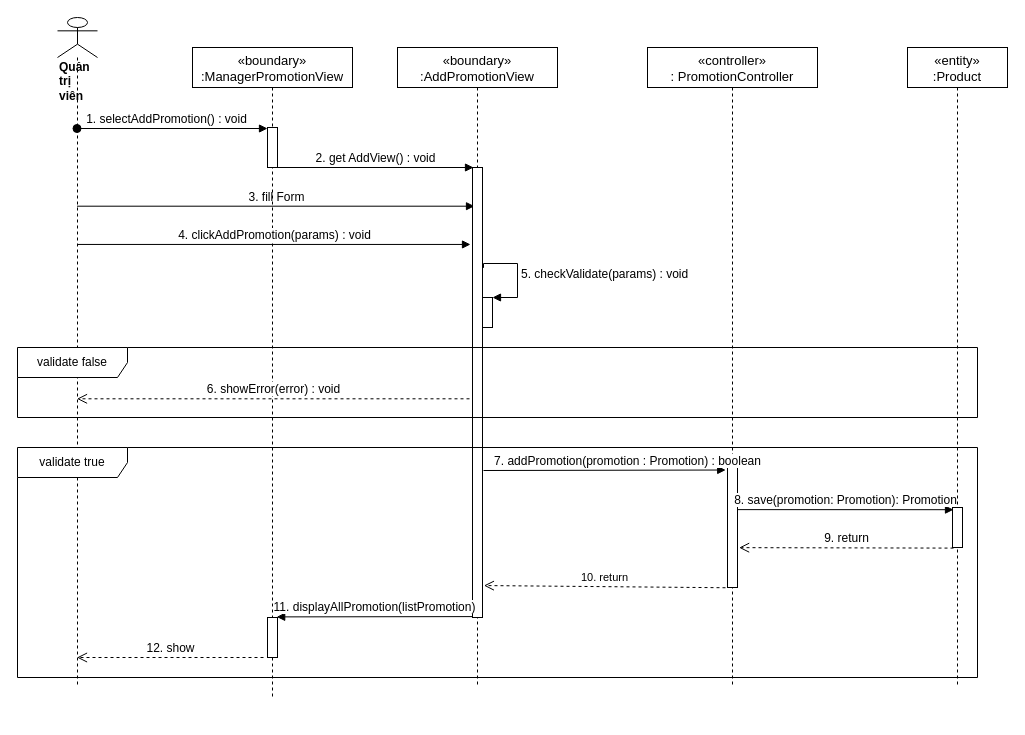
Above: sequence diagram/add-newPromotion-sequence.drawio in nguyenphamvan/datn_20202 (draw.io), before the change. Source tidied: cells renumbered, new cells numbered last; positions are measured from the earlier drawing's top-left corner, leaving out a move shared by most shapes. Both pictures are drawn from the tidied source at 100%, with x=0, y=0 at pixel (17, 17).
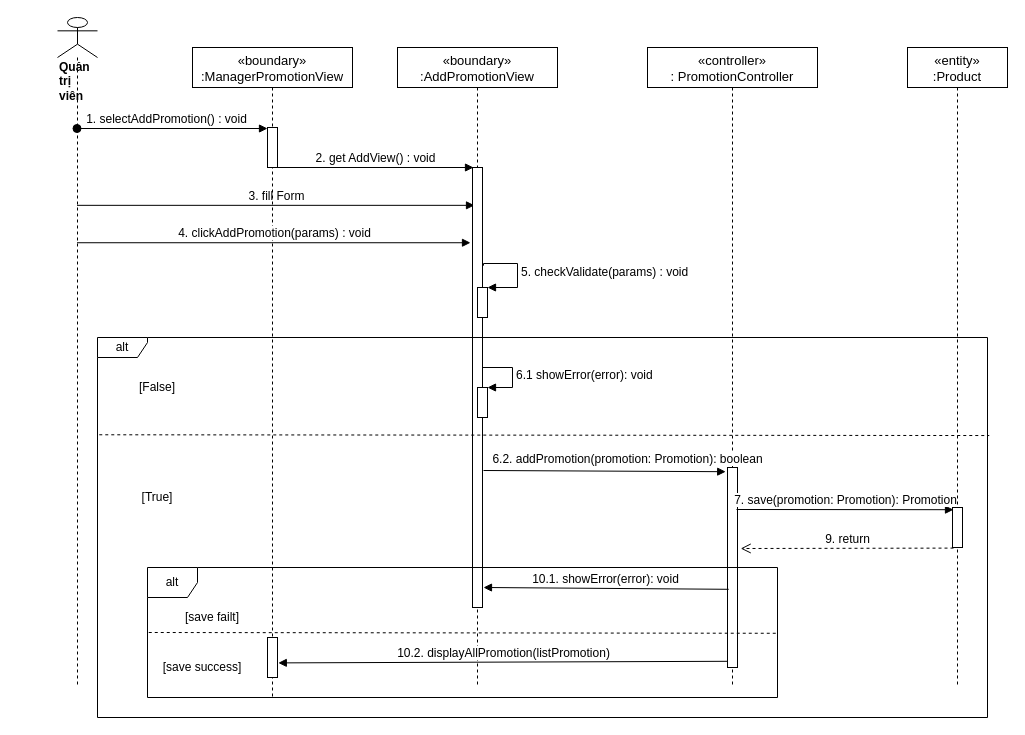
The same page after the edit.

The change refers to these unchanged cells:
```xml
<mxCell id="3" value="«controller»&#10;: PromotionController" style="shape=umlLifeline;perimeter=lifelinePerimeter;rounded=0;shadow=0;strokeWidth=1;fontSize=13;" parent="1" vertex="1">
  <mxGeometry x="630" y="30" width="170" height="640" as="geometry" />
</mxCell>
<mxCell id="5" value="&lt;div&gt;&lt;b&gt;Quản trị viên&lt;/b&gt;&lt;/div&gt;" style="shape=umlLifeline;participant=umlActor;perimeter=lifelinePerimeter;whiteSpace=wrap;html=1;verticalAlign=top;spacingTop=36;outlineConnect=0;align=left;size=40;" parent="1" vertex="1">
  <mxGeometry x="40" width="40" height="670" as="geometry" />
</mxCell>
<mxCell id="8" style="points=[];perimeter=orthogonalPerimeter;rounded=0;shadow=0;strokeWidth=1;" parent="7" vertex="1">
  <mxGeometry x="45" y="460" width="10" height="40" as="geometry" />
</mxCell>
```

What changed in the source:
```diff
@@
     <mxCell id="4" style="points=[];perimeter=orthogonalPerimeter;rounded=0;shadow=0;strokeWidth=1;" parent="3" vertex="1">
-      <mxGeometry x="80" y="420" width="10" height="120" as="geometry" />
+      <mxGeometry x="80" y="420" width="10" height="200" as="geometry" />
     </mxCell>
@@
-    <mxCell id="9" value="&lt;font style=&quot;font-size: 12px&quot;&gt;8. save(promotion: Promotion): Promotion&lt;/font&gt;" style="html=1;verticalAlign=bottom;endArrow=block;entryX=0.1;entryY=0.055;entryDx=0;entryDy=0;entryPerimeter=0;exitX=1;exitY=0.351;exitDx=0;exitDy=0;exitPerimeter=0;" parent="1" edge="1" source="4" target="8">
-      <mxGeometry relative="1" as="geometry" />
+    <mxCell id="9" value="&lt;font style=&quot;font-size: 12px&quot;&gt;7. save(promotion: Promotion): Promotion&lt;/font&gt;" style="html=1;verticalAlign=bottom;endArrow=block;entryX=0.1;entryY=0.055;entryDx=0;entryDy=0;entryPerimeter=0;" parent="1" edge="1" target="8">
+      <mxGeometry relative="1" as="geometry">
+        <mxPoint x="719" y="492" as="sourcePoint" />
+      </mxGeometry>
     </mxCell>
-    <mxCell id="10" value="&lt;font style=&quot;font-size: 12px&quot;&gt;9. return&lt;/font&gt;" style="html=1;verticalAlign=bottom;endArrow=open;dashed=1;endSize=8;exitX=0.1;exitY=1.015;exitDx=0;exitDy=0;exitPerimeter=0;entryX=1.16;entryY=0.668;entryDx=0;entryDy=0;entryPerimeter=0;" parent="1" edge="1" source="8" target="4">
+    <mxCell id="10" value="&lt;font style=&quot;font-size: 12px&quot;&gt;9. return&lt;/font&gt;" style="html=1;verticalAlign=bottom;endArrow=open;dashed=1;endSize=8;exitX=0.1;exitY=1.015;exitDx=0;exitDy=0;exitPerimeter=0;entryX=1.32;entryY=0.405;entryDx=0;entryDy=0;entryPerimeter=0;" parent="1" edge="1" source="8" target="4">
       <mxGeometry relative="1" as="geometry" />
     </mxCell>
@@
-    <mxCell id="12" value="&lt;font style=&quot;font-size: 12px&quot;&gt;7. addPromotion(promotion : Promotion) : boolean&lt;/font&gt;" style="html=1;verticalAlign=bottom;endArrow=block;entryX=-0.18;entryY=0.021;entryDx=0;entryDy=0;entryPerimeter=0;" parent="1" edge="1" target="4">
-      <mxGeometry x="0.19" relative="1" as="geometry">
+    <mxCell id="12" value="&lt;font style=&quot;font-size: 12px&quot;&gt;6.2. addPromotion(promotion: Promotion): boolean&lt;/font&gt;" style="html=1;verticalAlign=bottom;endArrow=block;entryX=-0.18;entryY=0.021;entryDx=0;entryDy=0;entryPerimeter=0;" parent="1" edge="1" target="4">
+      <mxGeometry x="0.19" y="3" relative="1" as="geometry">
         <mxPoint x="466" y="453" as="sourcePoint" />
       </mxGeometry>
     </mxCell>
@@
     <mxCell id="15" style="html=1;points=[];perimeter=orthogonalPerimeter;" parent="1" vertex="1">
-      <mxGeometry x="455" y="150" width="10" height="450" as="geometry" />
+      <mxGeometry x="455" y="150" width="10" height="440" as="geometry" />
     </mxCell>
@@
     <mxCell id="17" style="html=1;points=[];perimeter=orthogonalPerimeter;" parent="1" vertex="1">
-      <mxGeometry x="465" y="280" width="10" height="30" as="geometry" />
+      <mxGeometry x="460" y="270" width="10" height="30" as="geometry" />
     </mxCell>
     <mxCell id="18" value="&lt;font style=&quot;font-size: 12px&quot;&gt;5. checkValidate(params) : void&amp;nbsp;&lt;/font&gt;" style="edgeStyle=orthogonalEdgeStyle;html=1;align=left;spacingLeft=2;endArrow=block;rounded=0;entryX=1;entryY=0;exitX=1.1;exitY=0.223;exitDx=0;exitDy=0;exitPerimeter=0;" parent="1" edge="1" source="15" target="17">
       <mxGeometry relative="1" as="geometry">
         <Array as="points">
+          <mxPoint x="466" y="246" />
           <mxPoint x="500" y="246" />
-          <mxPoint x="500" y="280" />
+          <mxPoint x="500" y="270" />
         </Array>
       </mxGeometry>
     </mxCell>
@@
-    <mxCell id="20" value="&lt;font style=&quot;font-size: 12px&quot;&gt;6. showError(error) : void&lt;/font&gt;" style="html=1;verticalAlign=bottom;endArrow=open;dashed=1;endSize=8;exitX=-0.3;exitY=0.514;exitDx=0;exitDy=0;exitPerimeter=0;" parent="1" edge="1" source="15" target="5">
-      <mxGeometry relative="1" as="geometry" />
-    </mxCell>
-    <mxCell id="21" value="validate false" style="shape=umlFrame;whiteSpace=wrap;html=1;width=110;height=30;" parent="1" vertex="1">
-      <mxGeometry y="330" width="960" height="70" as="geometry" />
+    <mxCell id="21" value="alt" style="shape=umlFrame;whiteSpace=wrap;html=1;width=50;height=20;" parent="1" vertex="1">
+      <mxGeometry x="80" y="320" width="890" height="380" as="geometry" />
     </mxCell>
-    <mxCell id="22" value="10. return" style="html=1;verticalAlign=bottom;endArrow=open;dashed=1;endSize=8;entryX=1.14;entryY=0.929;entryDx=0;entryDy=0;entryPerimeter=0;exitX=-0.2;exitY=1.002;exitDx=0;exitDy=0;exitPerimeter=0;" parent="1" edge="1" source="4" target="15">
-      <mxGeometry relative="1" as="geometry" />
-    </mxCell>
     <mxCell id="23" style="html=1;points=[];perimeter=orthogonalPerimeter;" parent="1" vertex="1">
-      <mxGeometry x="250" y="600" width="10" height="40" as="geometry" />
+      <mxGeometry x="250" y="620" width="10" height="40" as="geometry" />
     </mxCell>
-    <mxCell id="24" value="validate true" style="shape=umlFrame;whiteSpace=wrap;html=1;width=110;height=30;" parent="1" vertex="1">
-      <mxGeometry y="430" width="960" height="230" as="geometry" />
+    <mxCell id="24" value="alt" style="shape=umlFrame;whiteSpace=wrap;html=1;width=50;height=30;" parent="1" vertex="1">
+      <mxGeometry x="130" y="550" width="630" height="130" as="geometry" />
     </mxCell>
-    <mxCell id="25" value="&lt;font style=&quot;font-size: 12px&quot;&gt;12. show&lt;/font&gt;" style="html=1;verticalAlign=bottom;endArrow=open;dashed=1;endSize=8;exitX=-0.4;exitY=1;exitDx=0;exitDy=0;exitPerimeter=0;" parent="1" edge="1" source="23" target="5">
-      <mxGeometry relative="1" as="geometry" />
-    </mxCell>
-    <mxCell id="26" value="&lt;span style=&quot;font-family: &amp;#34;helvetica&amp;#34;&quot;&gt;&lt;font style=&quot;font-size: 12px&quot;&gt;11. displayAllPromotion(listPromotion)&lt;/font&gt;&lt;/span&gt;" style="html=1;verticalAlign=bottom;endArrow=block;entryX=0.92;entryY=-0.015;entryDx=0;entryDy=0;entryPerimeter=0;exitX=0.02;exitY=0.998;exitDx=0;exitDy=0;exitPerimeter=0;" parent="1" edge="1" source="15" target="23">
-      <mxGeometry relative="1" as="geometry" />
-    </mxCell>
+    <mxCell id="27" style="html=1;points=[];perimeter=orthogonalPerimeter;" parent="1" vertex="1">
+      <mxGeometry x="460" y="370" width="10" height="30" as="geometry" />
+    </mxCell>
+    <mxCell id="28" value="&lt;span style=&quot;font-size: 12px ; text-align: center&quot;&gt;6.1 showError(error): void&lt;/span&gt;" style="edgeStyle=orthogonalEdgeStyle;html=1;align=left;spacingLeft=2;endArrow=block;rounded=0;entryX=1;entryY=0;" parent="1" edge="1" target="27">
+      <mxGeometry relative="1" as="geometry">
+        <mxPoint x="465" y="350" as="sourcePoint" />
+        <Array as="points">
+          <mxPoint x="495" y="350" />
+        </Array>
+      </mxGeometry>
+    </mxCell>
+    <mxCell id="29" value="&lt;span style=&quot;font-family: &amp;#34;helvetica&amp;#34; ; font-size: 12px&quot;&gt;10.1. showError(error): void&lt;/span&gt;" style="html=1;verticalAlign=bottom;endArrow=block;exitX=0.12;exitY=0.609;exitDx=0;exitDy=0;exitPerimeter=0;" parent="1" edge="1" source="4">
+      <mxGeometry relative="1" as="geometry">
+        <mxPoint x="466" y="570" as="targetPoint" />
+      </mxGeometry>
+    </mxCell>
+    <mxCell id="30" value="&lt;span style=&quot;font-family: &amp;#34;helvetica&amp;#34; ; font-size: 12px&quot;&gt;10.2. displayAllPromotion(listPromotion)&lt;/span&gt;" style="html=1;verticalAlign=bottom;endArrow=block;exitX=-0.04;exitY=0.969;exitDx=0;exitDy=0;exitPerimeter=0;entryX=1.08;entryY=0.635;entryDx=0;entryDy=0;entryPerimeter=0;" parent="1" edge="1" source="4" target="23">
+      <mxGeometry relative="1" as="geometry" />
+    </mxCell>
+    <mxCell id="31" style="endArrow=none;dashed=1;html=1;entryX=1.002;entryY=0.258;entryDx=0;entryDy=0;entryPerimeter=0;exitX=0.002;exitY=0.256;exitDx=0;exitDy=0;exitPerimeter=0;" parent="1" edge="1" source="21" target="21">
+      <mxGeometry relative="1" as="geometry" />
+    </mxCell>
+    <mxCell id="32" style="endArrow=none;dashed=1;html=1;entryX=1;entryY=0.506;entryDx=0;entryDy=0;entryPerimeter=0;exitX=0.002;exitY=0.5;exitDx=0;exitDy=0;exitPerimeter=0;" parent="1" edge="1" source="24" target="24">
+      <mxGeometry relative="1" as="geometry" />
+    </mxCell>
+    <mxCell id="33" value="[False]" style="text;html=1;strokeColor=none;fillColor=none;align=center;verticalAlign=middle;whiteSpace=wrap;rounded=0;" parent="1" vertex="1">
+      <mxGeometry x="120" y="360" width="40" height="20" as="geometry" />
+    </mxCell>
+    <mxCell id="34" value="[True]" style="text;html=1;strokeColor=none;fillColor=none;align=center;verticalAlign=middle;whiteSpace=wrap;rounded=0;" parent="1" vertex="1">
+      <mxGeometry x="120" y="470" width="40" height="20" as="geometry" />
+    </mxCell>
+    <mxCell id="35" value="[save failt]" style="text;html=1;strokeColor=none;fillColor=none;align=center;verticalAlign=middle;whiteSpace=wrap;rounded=0;" parent="1" vertex="1">
+      <mxGeometry x="160" y="590" width="70" height="20" as="geometry" />
+    </mxCell>
+    <mxCell id="36" value="[save success]" style="text;html=1;strokeColor=none;fillColor=none;align=center;verticalAlign=middle;whiteSpace=wrap;rounded=0;" parent="1" vertex="1">
+      <mxGeometry x="130" y="640" width="110" height="20" as="geometry" />
+    </mxCell>
```
